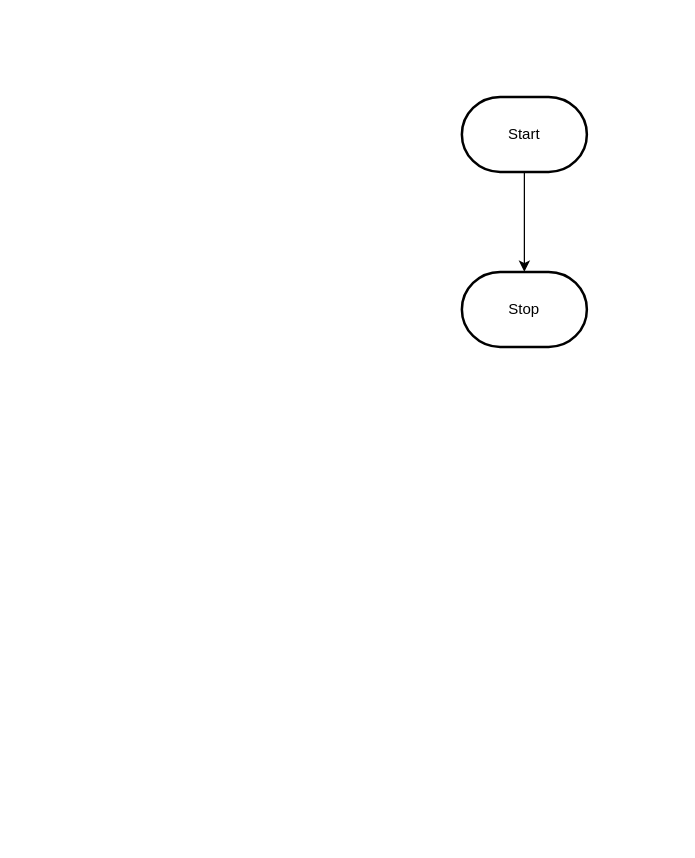
MTHS-TEJ2O-1-2023/TEJ2O-Unit-2-15-Julianne-Leblanc-Peltier keeps this draw.io diagram as design/flowchart.drawio. Above is the earlier version. Source tidied: cells renumbered, new cells numbered last; positions are measured from the earlier drawing's top-left corner, leaving out a move shared by most shapes. Both pictures are drawn from the tidied source at 125%, with x=0, y=0 at pixel (461, 96).
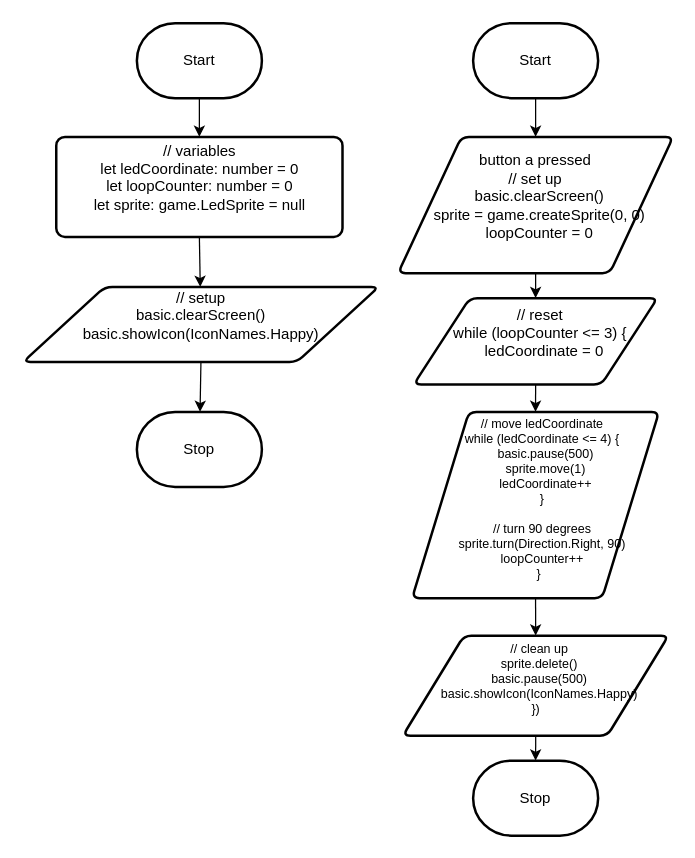
Above is the later version.

The edit, as a diff of the source:
```diff
@@
 <mxGraphModel>
   <root>
     <mxCell id="0" />
     <mxCell id="1" parent="0" />
-    <mxCell id="2" style="edgeStyle=orthogonalEdgeStyle;html=1;rounded=0;" parent="1" edge="1" source="3" target="4">
-      <mxGeometry relative="1" as="geometry" />
-    </mxCell>
+    <mxCell id="5" style="edgeStyle=none;html=1;exitX=0.5;exitY=1;exitDx=0;exitDy=0;exitPerimeter=0;entryX=0.5;entryY=0;entryDx=0;entryDy=0;" parent="1" edge="1" source="3" target="2">
+      <mxGeometry relative="1" as="geometry" />
+    </mxCell>
     <mxCell id="3" value="Start" style="strokeWidth=2;html=1;shape=mxgraph.flowchart.terminator;whiteSpace=wrap;" parent="1" vertex="1">
-      <mxGeometry width="100" height="60" as="geometry" />
+      <mxGeometry x="-260" y="-59" width="100" height="60" as="geometry" />
     </mxCell>
     <mxCell id="4" value="Stop" style="strokeWidth=2;html=1;shape=mxgraph.flowchart.terminator;whiteSpace=wrap;" parent="1" vertex="1">
-      <mxGeometry y="140" width="100" height="60" as="geometry" />
+      <mxGeometry x="-260" y="252" width="100" height="60" as="geometry" />
     </mxCell>
+    <mxCell id="6" style="edgeStyle=none;html=1;exitX=0.5;exitY=1;exitDx=0;exitDy=0;" parent="1" edge="1" source="2" target="8">
+      <mxGeometry relative="1" as="geometry" />
+    </mxCell>
+    <mxCell id="2" value="&lt;div&gt;// variables&lt;/div&gt;&lt;div&gt;let ledCoordinate: number = 0&lt;/div&gt;&lt;div&gt;let loopCounter: number = 0&lt;/div&gt;&lt;div&gt;let sprite: game.LedSprite = null&lt;/div&gt;&lt;div&gt;&lt;br&gt;&lt;/div&gt;" style="rounded=1;whiteSpace=wrap;html=1;absoluteArcSize=1;arcSize=14;strokeWidth=2;" parent="1" vertex="1">
+      <mxGeometry x="-324.5" y="32" width="229" height="80" as="geometry" />
+    </mxCell>
+    <mxCell id="7" style="edgeStyle=none;html=1;exitX=0.5;exitY=1;exitDx=0;exitDy=0;" parent="1" edge="1" source="8" target="4">
+      <mxGeometry relative="1" as="geometry" />
+    </mxCell>
+    <mxCell id="8" value="&lt;div&gt;// setup&lt;/div&gt;&lt;div&gt;basic.clearScreen()&lt;/div&gt;&lt;div&gt;basic.showIcon(IconNames.Happy)&lt;/div&gt;&lt;div&gt;&lt;br&gt;&lt;/div&gt;" style="shape=parallelogram;html=1;strokeWidth=2;perimeter=parallelogramPerimeter;whiteSpace=wrap;rounded=1;arcSize=12;size=0.23;" parent="1" vertex="1">
+      <mxGeometry x="-351" y="152" width="284.5" height="60" as="geometry" />
+    </mxCell>
+    <mxCell id="9" style="edgeStyle=none;html=1;exitX=0.5;exitY=1;exitDx=0;exitDy=0;exitPerimeter=0;" parent="1" edge="1" source="10" target="12">
+      <mxGeometry relative="1" as="geometry" />
+    </mxCell>
+    <mxCell id="10" value="Start" style="strokeWidth=2;html=1;shape=mxgraph.flowchart.terminator;whiteSpace=wrap;" parent="1" vertex="1">
+      <mxGeometry x="9" y="-59" width="100" height="60" as="geometry" />
+    </mxCell>
+    <mxCell id="11" style="edgeStyle=none;html=1;exitX=0.5;exitY=1;exitDx=0;exitDy=0;entryX=0.5;entryY=0;entryDx=0;entryDy=0;" parent="1" edge="1" source="12" target="14">
+      <mxGeometry relative="1" as="geometry" />
+    </mxCell>
+    <mxCell id="12" value="&lt;div&gt;&lt;span style=&quot;background-color: initial;&quot;&gt;button a pressed&lt;/span&gt;&lt;/div&gt;&lt;div&gt;&lt;span style=&quot;background-color: initial;&quot;&gt;// set up&lt;/span&gt;&lt;/div&gt;&lt;div&gt;&lt;span style=&quot;background-color: initial;&quot;&gt;&amp;nbsp; basic.clearScreen()&lt;/span&gt;&lt;br&gt;&lt;/div&gt;&lt;div&gt;&amp;nbsp; sprite = game.createSprite(0, 0)&lt;/div&gt;&lt;div&gt;&amp;nbsp; loopCounter = 0&lt;/div&gt;&lt;div&gt;&lt;br&gt;&lt;/div&gt;" style="shape=parallelogram;html=1;strokeWidth=2;perimeter=parallelogramPerimeter;whiteSpace=wrap;rounded=1;arcSize=12;size=0.23;" parent="1" vertex="1">
+      <mxGeometry x="-51" y="32" width="220" height="109" as="geometry" />
+    </mxCell>
+    <mxCell id="13" style="edgeStyle=none;html=1;exitX=0.5;exitY=1;exitDx=0;exitDy=0;entryX=0.5;entryY=0;entryDx=0;entryDy=0;" parent="1" edge="1" source="14" target="16">
+      <mxGeometry relative="1" as="geometry" />
+    </mxCell>
+    <mxCell id="14" value="&lt;div&gt;&amp;nbsp; // reset&lt;/div&gt;&lt;div&gt;&amp;nbsp; while (loopCounter &amp;lt;= 3) {&lt;/div&gt;&lt;div&gt;&amp;nbsp; &amp;nbsp; ledCoordinate = 0&lt;/div&gt;&lt;div&gt;&lt;br&gt;&lt;/div&gt;" style="shape=parallelogram;html=1;strokeWidth=2;perimeter=parallelogramPerimeter;whiteSpace=wrap;rounded=1;arcSize=12;size=0.23;" parent="1" vertex="1">
+      <mxGeometry x="-38.5" y="161" width="195" height="69" as="geometry" />
+    </mxCell>
+    <mxCell id="15" style="edgeStyle=none;html=1;exitX=0.5;exitY=1;exitDx=0;exitDy=0;entryX=0.5;entryY=0;entryDx=0;entryDy=0;fontSize=10;" parent="1" edge="1" source="16" target="18">
+      <mxGeometry relative="1" as="geometry" />
+    </mxCell>
+    <mxCell id="16" value="&lt;div style=&quot;font-size: 10px;&quot;&gt;&amp;nbsp; &amp;nbsp; // move ledCoordinate&lt;/div&gt;&lt;div style=&quot;font-size: 10px;&quot;&gt;&amp;nbsp; &amp;nbsp; while (ledCoordinate &amp;lt;= 4) {&lt;/div&gt;&lt;div style=&quot;font-size: 10px;&quot;&gt;&amp;nbsp; &amp;nbsp; &amp;nbsp; basic.pause(500)&lt;/div&gt;&lt;div style=&quot;font-size: 10px;&quot;&gt;&amp;nbsp; &amp;nbsp; &amp;nbsp; sprite.move(1)&lt;/div&gt;&lt;div style=&quot;font-size: 10px;&quot;&gt;&amp;nbsp; &amp;nbsp; &amp;nbsp; ledCoordinate++&lt;/div&gt;&lt;div style=&quot;font-size: 10px;&quot;&gt;&amp;nbsp; &amp;nbsp; }&lt;/div&gt;&lt;div style=&quot;font-size: 10px;&quot;&gt;&lt;br style=&quot;font-size: 10px;&quot;&gt;&lt;/div&gt;&lt;div style=&quot;font-size: 10px;&quot;&gt;&amp;nbsp; &amp;nbsp; // turn 90 degrees&lt;/div&gt;&lt;div style=&quot;font-size: 10px;&quot;&gt;&amp;nbsp; &amp;nbsp; sprite.turn(Direction.Right, 90)&lt;/div&gt;&lt;div style=&quot;font-size: 10px;&quot;&gt;&amp;nbsp; &amp;nbsp; loopCounter++&lt;/div&gt;&lt;div style=&quot;font-size: 10px;&quot;&gt;&amp;nbsp; }&lt;/div&gt;&lt;div style=&quot;font-size: 10px;&quot;&gt;&lt;br style=&quot;font-size: 10px;&quot;&gt;&lt;/div&gt;" style="shape=parallelogram;html=1;strokeWidth=2;perimeter=parallelogramPerimeter;whiteSpace=wrap;rounded=1;arcSize=12;size=0.23;spacing=2;fontSize=10;" parent="1" vertex="1">
+      <mxGeometry x="-39.8" y="252" width="197.5" height="149" as="geometry" />
+    </mxCell>
+    <mxCell id="17" style="edgeStyle=none;html=1;exitX=0.5;exitY=1;exitDx=0;exitDy=0;entryX=0.5;entryY=0;entryDx=0;entryDy=0;entryPerimeter=0;fontSize=10;" parent="1" edge="1" source="18" target="19">
+      <mxGeometry relative="1" as="geometry" />
+    </mxCell>
+    <mxCell id="18" value="&lt;div&gt;&amp;nbsp; // clean up&lt;/div&gt;&lt;div&gt;&amp;nbsp; sprite.delete()&lt;/div&gt;&lt;div&gt;&amp;nbsp; basic.pause(500)&lt;/div&gt;&lt;div&gt;&amp;nbsp; basic.showIcon(IconNames.Happy)&lt;/div&gt;&lt;div&gt;})&lt;/div&gt;&lt;div&gt;&lt;br&gt;&lt;/div&gt;" style="shape=parallelogram;html=1;strokeWidth=2;perimeter=parallelogramPerimeter;whiteSpace=wrap;rounded=1;arcSize=12;size=0.23;fontSize=10;" parent="1" vertex="1">
+      <mxGeometry x="-47.2" y="431" width="212.5" height="80" as="geometry" />
+    </mxCell>
+    <mxCell id="19" value="Stop" style="strokeWidth=2;html=1;shape=mxgraph.flowchart.terminator;whiteSpace=wrap;" parent="1" vertex="1">
+      <mxGeometry x="9" y="531" width="100" height="60" as="geometry" />
+    </mxCell>
   </root>
 </mxGraphModel>
```
